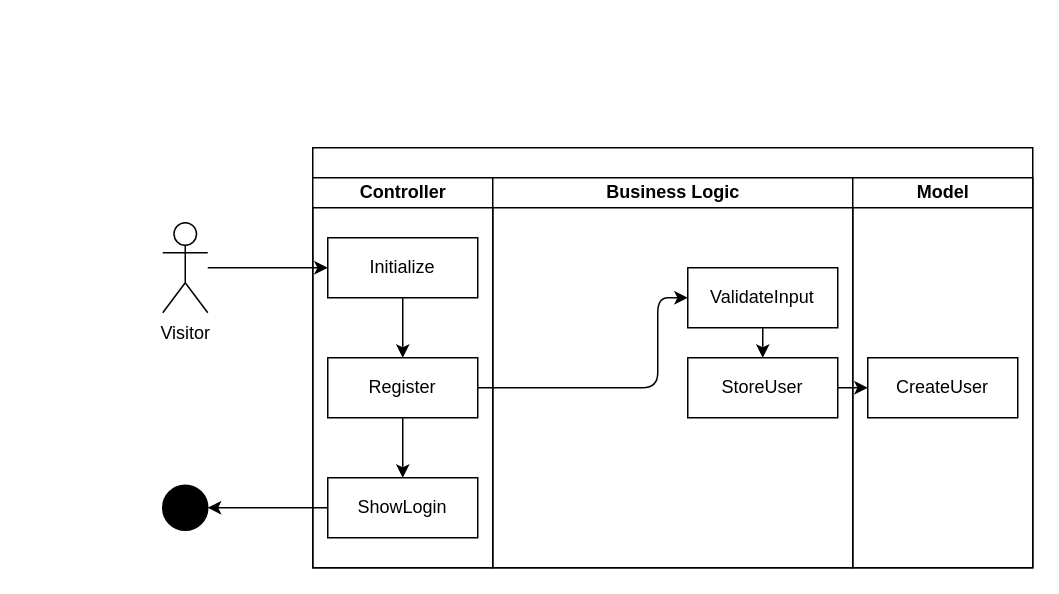
Earlier version of the draw.io diagram diagrams/ASD/Register.drawio (JochemGrootherder/educom-webshop-runtime-records). Source tidied: cells renumbered, new cells numbered last; positions are measured from the earlier drawing's top-left corner, leaving out a move shared by most shapes. Both pictures are drawn from the tidied source at 150%, with x=0, y=0 at pixel (162, 147).
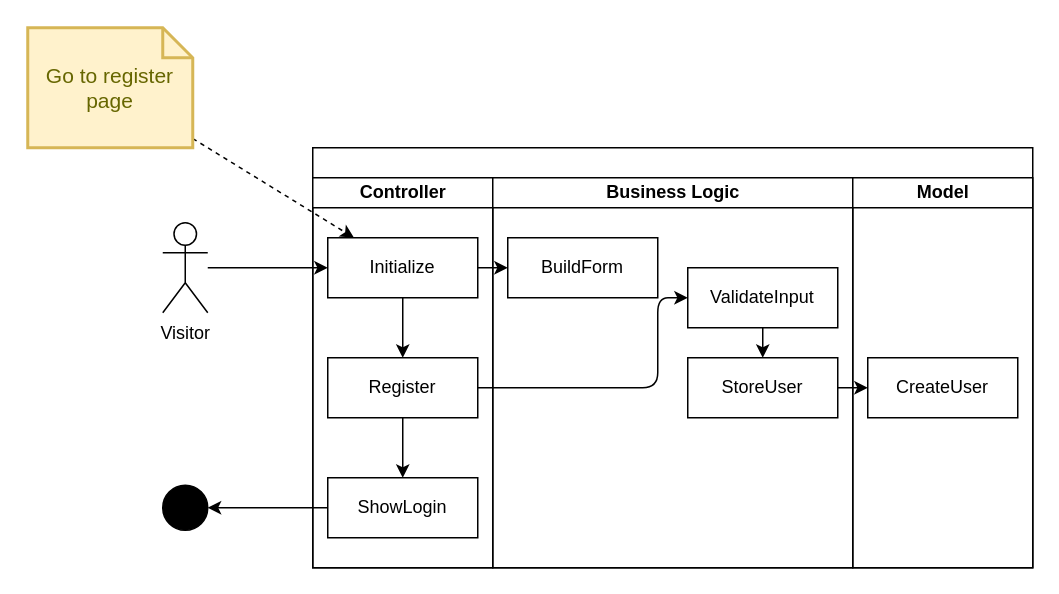
After the change.

Unchanged cells that the change refers to:
```xml
<mxCell id="2" style="swimlane;startSize=20;html=1;" parent="1" vertex="1">
  <mxGeometry x="100" width="480" height="280" as="geometry" />
</mxCell>
<mxCell id="5" value="Initialize" style="rounded=0;whiteSpace=wrap;html=1;" parent="3" vertex="1">
  <mxGeometry x="10" y="40" width="100" height="40" as="geometry" />
</mxCell>
<mxCell id="9" value="Business Logic" style="swimlane;startSize=20;html=1;" parent="2" vertex="1">
  <mxGeometry x="120" y="20" width="240" height="260" as="geometry" />
</mxCell>
```

Change to the diagram source:
```diff
@@
+    <mxCell id="21" value="BuildForm" style="rounded=0;whiteSpace=wrap;html=1;" parent="9" vertex="1">
+      <mxGeometry x="10" y="40" width="100" height="40" as="geometry" />
+    </mxCell>
@@
+    <mxCell id="22" style="edgeStyle=none;html=1;" parent="2" edge="1" source="5" target="21">
+      <mxGeometry relative="1" as="geometry" />
+    </mxCell>
@@
+    <mxCell id="23" style="edgeStyle=none;html=1;dashed=1;" parent="1" edge="1" source="24" target="5">
+      <mxGeometry relative="1" as="geometry" />
+    </mxCell>
+    <mxCell id="24" value="Go to register page" style="shape=note;strokeWidth=2;fontSize=14;size=20;whiteSpace=wrap;html=1;fillColor=#fff2cc;strokeColor=#d6b656;fontColor=#666600;" parent="1" vertex="1">
+      <mxGeometry x="-90" y="-80" width="110" height="80" as="geometry" />
+    </mxCell>
```
